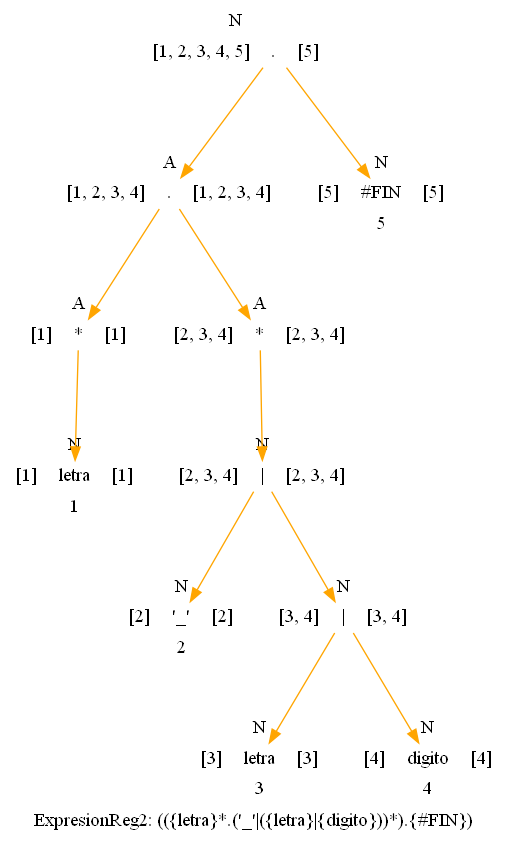
PikaGuty/OLC1_Proyecto1_202004765 keeps this Graphviz diagram as ARBOLES_202004765/Arbol_ExpresionReg2.png. Above is the earlier version. Its source is kept beside it as ARBOLES_202004765/Arbol_ExpresionReg2.dot.
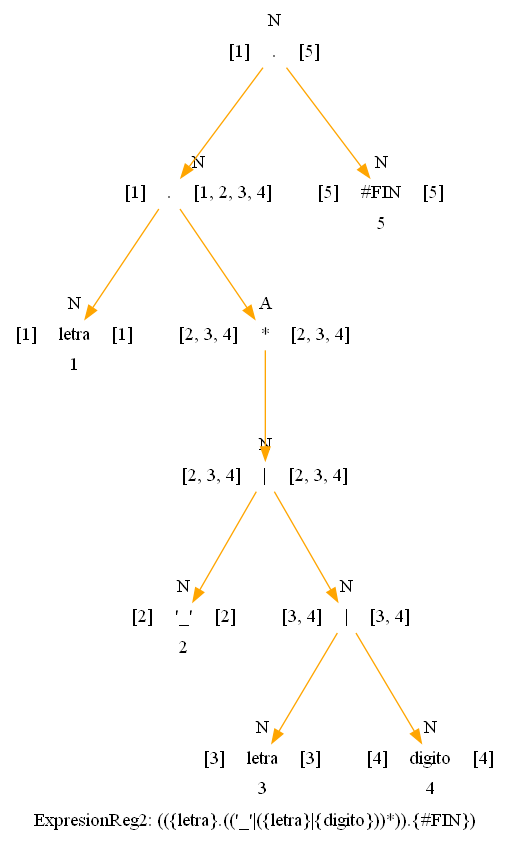
After the commit.

Change to the diagram source:
```diff
@@ -1,25 +1,23 @@
 digraph structs {
     node [shape=record];
-    label = "ExpresionReg2: (({letra}*.('_'|({letra}|{digito}))*).{#FIN})";
-    Nodo11 [label="{ N |{[1, 2, 3, 4, 5]|<here> . |[5]}| }" color="white"];
-    Nodo9 [label="{ A |{[1, 2, 3, 4]|<here> . |[1, 2, 3, 4]}| }" color="white"];
-    Nodo2 [label="{ A |{[1]|<here> * |[1]}| }" color="white"];
+    label = "ExpresionReg2: (({letra}.(('_'|({letra}|{digito}))*)).{#FIN})";
+    Nodo10 [label="{ N |{[1]|<here> . |[5]}| }" color="white"];
+    Nodo8 [label="{ N |{[1]|<here> . |[1, 2, 3, 4]}| }" color="white"];
     Nodo1 [label="{ N |{[1]|<here> letra |[1]}| 1}" color="white"];
-    Nodo8 [label="{ A |{[2, 3, 4]|<here> * |[2, 3, 4]}| }" color="white"];
-    Nodo7 [label="{ N |{[2, 3, 4]|<here> \| |[2, 3, 4]}| }" color="white"];
-    Nodo3 [label="{ N |{[2]|<here> '_' |[2]}| 2}" color="white"];
-    Nodo6 [label="{ N |{[3, 4]|<here> \| |[3, 4]}| }" color="white"];
-    Nodo4 [label="{ N |{[3]|<here> letra |[3]}| 3}" color="white"];
-    Nodo5 [label="{ N |{[4]|<here> digito |[4]}| 4}" color="white"];
-    Nodo10 [label="{ N |{[5]|<here> #FIN |[5]}| 5}" color="white"];
-    Nodo11:here -> Nodo9:here [color="orange"];
-    Nodo11:here -> Nodo10:here [color="orange"];
-    Nodo9:here -> Nodo2:here [color="orange"];
-    Nodo9:here -> Nodo8:here [color="orange"];
-    Nodo2:here -> Nodo1:here [color="orange"];
+    Nodo7 [label="{ A |{[2, 3, 4]|<here> * |[2, 3, 4]}| }" color="white"];
+    Nodo6 [label="{ N |{[2, 3, 4]|<here> \| |[2, 3, 4]}| }" color="white"];
+    Nodo2 [label="{ N |{[2]|<here> '_' |[2]}| 2}" color="white"];
+    Nodo5 [label="{ N |{[3, 4]|<here> \| |[3, 4]}| }" color="white"];
+    Nodo3 [label="{ N |{[3]|<here> letra |[3]}| 3}" color="white"];
+    Nodo4 [label="{ N |{[4]|<here> digito |[4]}| 4}" color="white"];
+    Nodo9 [label="{ N |{[5]|<here> #FIN |[5]}| 5}" color="white"];
+    Nodo10:here -> Nodo8:here [color="orange"];
+    Nodo10:here -> Nodo9:here [color="orange"];
+    Nodo8:here -> Nodo1:here [color="orange"];
     Nodo8:here -> Nodo7:here [color="orange"];
-    Nodo7:here -> Nodo3:here [color="orange"];
     Nodo7:here -> Nodo6:here [color="orange"];
-    Nodo6:here -> Nodo4:here [color="orange"];
+    Nodo6:here -> Nodo2:here [color="orange"];
     Nodo6:here -> Nodo5:here [color="orange"];
+    Nodo5:here -> Nodo3:here [color="orange"];
+    Nodo5:here -> Nodo4:here [color="orange"];
 }
```
